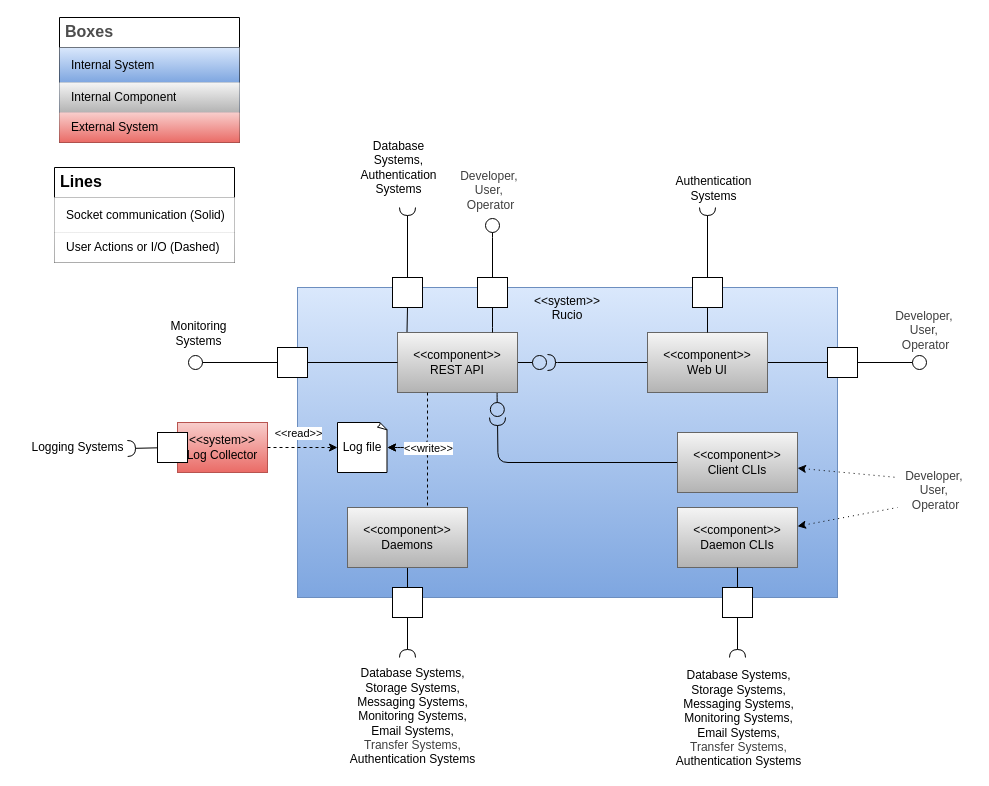
Above: diagrams/Building Block Lvl 1 View.drawio in mgajek-cern/architecture-docs (draw.io), before the change. Source tidied: cells renumbered, new cells numbered last; positions are measured from the earlier drawing's top-left corner, leaving out a move shared by most shapes. Both pictures are drawn from the tidied source at 100%, with x=0, y=0 at pixel (17, 17).
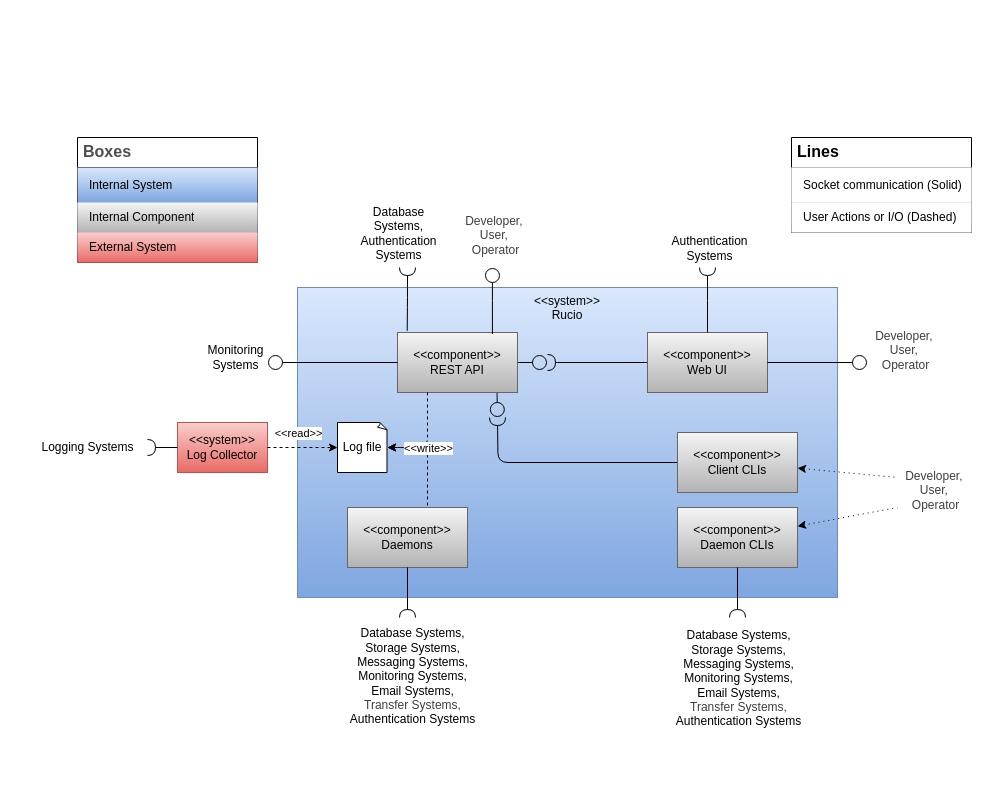
Above is the later version.

Commit message (it also covers changes not shown here):
docs: remove socket symbols from building block lvl 1 diagram

Unchanged cells that the change refers to:
```xml
<mxCell id="13" value="&amp;lt;&amp;lt;component&amp;gt;&amp;gt;&lt;br&gt;REST API" style="rounded=0;whiteSpace=wrap;html=1;fillColor=#f5f5f5;gradientColor=#b3b3b3;strokeColor=#666666;" parent="1" vertex="1">
  <mxGeometry x="380" y="315" width="120" height="60" as="geometry" />
</mxCell>
<mxCell id="16" value="&lt;span style=&quot;color: rgb(0, 0, 0);&quot;&gt;&amp;lt;&amp;lt;component&amp;gt;&amp;gt;&lt;/span&gt;&lt;br&gt;Web UI" style="rounded=0;whiteSpace=wrap;html=1;fillColor=#f5f5f5;gradientColor=#b3b3b3;strokeColor=#666666;" parent="1" vertex="1">
  <mxGeometry x="630" y="315" width="120" height="60" as="geometry" />
</mxCell>
<mxCell id="31" value="&lt;span style=&quot;color: rgb(0, 0, 0);&quot;&gt;&amp;lt;&amp;lt;component&amp;gt;&amp;gt;&lt;/span&gt;&lt;br&gt;Daemons" style="rounded=0;whiteSpace=wrap;html=1;fillColor=#f5f5f5;gradientColor=#b3b3b3;strokeColor=#666666;" parent="1" vertex="1">
  <mxGeometry x="330" y="490" width="120" height="60" as="geometry" />
</mxCell>
<mxCell id="37" value="&lt;span style=&quot;color: rgb(0, 0, 0);&quot;&gt;&amp;lt;&amp;lt;system&amp;gt;&amp;gt;&lt;/span&gt;&lt;br&gt;Log Collector" style="rounded=0;whiteSpace=wrap;html=1;fillColor=#f8cecc;gradientColor=#ea6b66;strokeColor=#b85450;" parent="1" vertex="1">
  <mxGeometry x="160" y="405" width="90" height="50" as="geometry" />
</mxCell>
<mxCell id="51" value="&lt;span style=&quot;color: rgb(0, 0, 0);&quot;&gt;&amp;lt;&amp;lt;component&amp;gt;&amp;gt;&lt;/span&gt;&lt;br&gt;Daemon CLIs" style="rounded=0;whiteSpace=wrap;html=1;fillColor=#f5f5f5;gradientColor=#b3b3b3;strokeColor=#666666;" parent="1" vertex="1">
  <mxGeometry x="660" y="490" width="120" height="60" as="geometry" />
</mxCell>
```

The edit, as a diff of the source:
```diff
@@
     <mxCell id="3" value="Boxes" style="shape=table;startSize=30;childLayout=tableLayout;fontSize=16;align=left;verticalAlign=top;fillColor=none;strokeColor=default;fontColor=#4D4D4D;fontStyle=1;spacingLeft=6;spacing=0;" parent="1" vertex="1">
-      <mxGeometry x="42" width="180" height="125" as="geometry" />
+      <mxGeometry x="60" y="120" width="180" height="125" as="geometry" />
     </mxCell>
@@
-    <mxCell id="10" style="edgeStyle=none;html=1;entryX=1;entryY=0.5;entryDx=0;entryDy=0;endArrow=none;endFill=0;exitX=0.079;exitY=0.017;exitDx=0;exitDy=0;exitPerimeter=0;" parent="1" edge="1" source="13" target="49">
-      <mxGeometry relative="1" as="geometry" />
-    </mxCell>
@@
-    <mxCell id="15" style="edgeStyle=none;html=1;entryX=0.5;entryY=1;entryDx=0;entryDy=0;endArrow=none;endFill=0;" parent="1" edge="1" source="16" target="36">
-      <mxGeometry relative="1" as="geometry" />
-    </mxCell>
@@
-    <mxCell id="20" style="edgeStyle=orthogonalEdgeStyle;rounded=0;jettySize=auto;html=1;endArrow=circle;endFill=0;" parent="1" edge="1" source="23">
+    <mxCell id="20" style="edgeStyle=orthogonalEdgeStyle;rounded=0;jettySize=auto;html=1;endArrow=circle;endFill=0;exitX=0.791;exitY=0.025;exitDx=0;exitDy=0;exitPerimeter=0;" parent="1" edge="1" source="13">
       <mxGeometry relative="1" as="geometry">
-        <mxPoint x="475" y="200" as="targetPoint" />
-        <Array as="points">
-          <mxPoint x="475" y="220" />
-          <mxPoint x="475" y="220" />
-        </Array>
+        <mxPoint x="475" y="250" as="targetPoint" />
       </mxGeometry>
     </mxCell>
     <mxCell id="21" value="&lt;font style=&quot;font-size: 12px;&quot;&gt;Database &lt;br&gt;Systems,&lt;/font&gt;&lt;div&gt;&lt;font style=&quot;font-size: 12px;&quot; color=&quot;#000000&quot;&gt;Authentication &lt;br&gt;Systems&lt;/font&gt;&lt;/div&gt;" style="edgeLabel;html=1;align=center;verticalAlign=middle;" parent="20" vertex="1">
       <mxGeometry x="0.19" y="-1" relative="1" as="geometry">
-        <mxPoint x="-96" y="-75" as="offset" />
+        <mxPoint x="-96" y="-62" as="offset" />
       </mxGeometry>
     </mxCell>
-    <mxCell id="22" style="edgeStyle=orthogonalEdgeStyle;rounded=0;jettySize=auto;html=1;endArrow=none;endFill=0;" parent="1" edge="1" source="23">
-      <mxGeometry relative="1" as="geometry">
-        <mxPoint x="475" y="315" as="targetPoint" />
-      </mxGeometry>
-    </mxCell>
-    <mxCell id="23" style="fontStyle=0;labelPosition=right;verticalLabelPosition=middle;align=left;verticalAlign=middle;spacingLeft=2;direction=south;" parent="1" vertex="1">
-      <mxGeometry x="460" y="260" width="30" height="30" as="geometry" />
-    </mxCell>
-    <mxCell id="24" style="edgeStyle=orthogonalEdgeStyle;rounded=0;jettySize=auto;html=1;endArrow=halfCircle;endFill=0;" parent="1" edge="1" source="26">
+    <mxCell id="24" style="edgeStyle=orthogonalEdgeStyle;rounded=0;jettySize=auto;html=1;endArrow=halfCircle;endFill=0;exitX=0.5;exitY=0;exitDx=0;exitDy=0;" parent="1" edge="1" source="16">
       <mxGeometry relative="1" as="geometry">
-        <mxPoint x="690" y="190" as="targetPoint" />
+        <mxPoint x="690" y="250" as="targetPoint" />
       </mxGeometry>
     </mxCell>
-    <mxCell id="25" style="edgeStyle=orthogonalEdgeStyle;rounded=0;jettySize=auto;html=1;endArrow=none;endFill=0;" parent="1" edge="1" source="26" target="16">
-      <mxGeometry relative="1" as="geometry" />
-    </mxCell>
-    <mxCell id="26" style="fontStyle=0;labelPosition=right;verticalLabelPosition=middle;align=left;verticalAlign=middle;spacingLeft=2;direction=south;" parent="1" vertex="1">
-      <mxGeometry x="675" y="260" width="30" height="30" as="geometry" />
-    </mxCell>
-    <mxCell id="27" style="edgeStyle=orthogonalEdgeStyle;rounded=0;jettySize=auto;html=1;entryX=0;entryY=0.5;entryDx=0;entryDy=0;endArrow=none;endFill=0;" parent="1" edge="1" source="29" target="13">
-      <mxGeometry relative="1" as="geometry" />
-    </mxCell>
-    <mxCell id="28" style="edgeStyle=orthogonalEdgeStyle;rounded=0;jettySize=auto;html=1;endArrow=circle;endFill=0;exitX=0.5;exitY=1;exitDx=0;exitDy=0;" parent="1" edge="1" source="29">
+    <mxCell id="28" style="edgeStyle=orthogonalEdgeStyle;rounded=0;jettySize=auto;html=1;endArrow=circle;endFill=0;exitX=0;exitY=0.5;exitDx=0;exitDy=0;" parent="1" edge="1" source="13">
       <mxGeometry relative="1" as="geometry">
-        <mxPoint x="170" y="345" as="targetPoint" />
+        <mxPoint x="250" y="345" as="targetPoint" />
       </mxGeometry>
     </mxCell>
-    <mxCell id="29" style="fontStyle=0;labelPosition=right;verticalLabelPosition=middle;align=left;verticalAlign=middle;spacingLeft=2;direction=south;" parent="1" vertex="1">
-      <mxGeometry x="260" y="330" width="30" height="30" as="geometry" />
-    </mxCell>
-    <mxCell id="30" style="edgeStyle=none;html=1;entryX=0;entryY=0.5;entryDx=0;entryDy=0;endArrow=none;endFill=0;" parent="1" edge="1" source="31" target="33">
-      <mxGeometry relative="1" as="geometry" />
-    </mxCell>
@@
-    <mxCell id="32" style="edgeStyle=none;html=1;endArrow=halfCircle;endFill=0;" parent="1" edge="1" source="33">
+    <mxCell id="32" style="edgeStyle=none;html=1;endArrow=halfCircle;endFill=0;exitX=0.5;exitY=1;exitDx=0;exitDy=0;" parent="1" edge="1" source="31">
       <mxGeometry relative="1" as="geometry">
-        <mxPoint x="390" y="640" as="targetPoint" />
+        <mxPoint x="390" y="600" as="targetPoint" />
       </mxGeometry>
     </mxCell>
-    <mxCell id="33" style="fontStyle=0;labelPosition=right;verticalLabelPosition=middle;align=left;verticalAlign=middle;spacingLeft=2;direction=south;" parent="1" vertex="1">
-      <mxGeometry x="375" y="570" width="30" height="30" as="geometry" />
-    </mxCell>
-    <mxCell id="34" style="edgeStyle=none;html=1;endArrow=circle;endFill=0;" parent="1" edge="1" source="36">
+    <mxCell id="34" style="edgeStyle=none;html=1;endArrow=circle;endFill=0;exitX=1;exitY=0.5;exitDx=0;exitDy=0;" parent="1" edge="1" source="16">
       <mxGeometry relative="1" as="geometry">
-        <mxPoint x="910" y="345" as="targetPoint" />
+        <mxPoint x="850" y="345" as="targetPoint" />
       </mxGeometry>
     </mxCell>
     <mxCell id="35" value="&lt;font style=&quot;font-size: 12px;&quot;&gt;Authentication &lt;br&gt;Systems&lt;/font&gt;" style="edgeLabel;html=1;align=center;verticalAlign=middle;" parent="34" vertex="1">
       <mxGeometry x="0.27" y="1" relative="1" as="geometry">
-        <mxPoint x="-189" y="-174" as="offset" />
+        <mxPoint x="-123" y="-114" as="offset" />
       </mxGeometry>
     </mxCell>
-    <mxCell id="36" style="fontStyle=0;labelPosition=right;verticalLabelPosition=middle;align=left;verticalAlign=middle;spacingLeft=2;direction=south;" parent="1" vertex="1">
-      <mxGeometry x="810" y="330" width="30" height="30" as="geometry" />
-    </mxCell>
@@
-    <mxCell id="44" style="edgeStyle=none;html=1;endArrow=halfCircle;endFill=0;" parent="1" edge="1" source="45">
-      <mxGeometry relative="1" as="geometry">
-        <mxPoint x="110" y="431" as="targetPoint" />
-      </mxGeometry>
+    <mxCell id="44" style="edgeStyle=none;html=1;endArrow=halfCircle;endFill=0;exitX=0;exitY=0.5;exitDx=0;exitDy=0;entryX=1;entryY=0.5;entryDx=0;entryDy=0;entryPerimeter=0;" parent="1" edge="1" source="37" target="46">
+      <mxGeometry relative="1" as="geometry" />
     </mxCell>
-    <mxCell id="45" style="fontStyle=0;labelPosition=right;verticalLabelPosition=middle;align=left;verticalAlign=middle;spacingLeft=2;direction=south;" parent="1" vertex="1">
-      <mxGeometry x="140" y="415" width="30" height="30" as="geometry" />
-    </mxCell>
     <mxCell id="46" value="Logging Systems" style="text;html=1;align=center;verticalAlign=middle;points=[];strokeColor=none;fillColor=none;" parent="1" vertex="1">
-      <mxGeometry y="415" width="120" height="30" as="geometry" />
+      <mxGeometry x="10" y="415" width="120" height="30" as="geometry" />
     </mxCell>
-    <mxCell id="47" style="edgeStyle=none;html=1;endArrow=halfCircle;endFill=0;" parent="1" edge="1" source="49">
+    <mxCell id="47" style="edgeStyle=none;html=1;endArrow=halfCircle;endFill=0;exitX=0.081;exitY=-0.028;exitDx=0;exitDy=0;exitPerimeter=0;" parent="1" edge="1" source="13">
       <mxGeometry relative="1" as="geometry">
-        <mxPoint x="390" y="190" as="targetPoint" />
+        <mxPoint x="390" y="250" as="targetPoint" />
+        <Array as="points">
+          <mxPoint x="390" y="280" />
+        </Array>
       </mxGeometry>
     </mxCell>
     <mxCell id="48" value="&lt;font style=&quot;font-size: 12px;&quot;&gt;Monitoring &lt;br&gt;Systems&lt;/font&gt;" style="edgeLabel;html=1;align=center;verticalAlign=middle;" parent="47" vertex="1">
       <mxGeometry x="0.69" y="1" relative="1" as="geometry">
-        <mxPoint x="-209" y="114" as="offset" />
+        <mxPoint x="-172" y="80" as="offset" />
       </mxGeometry>
     </mxCell>
-    <mxCell id="49" style="fontStyle=0;labelPosition=right;verticalLabelPosition=middle;align=left;verticalAlign=middle;spacingLeft=2;direction=south;" parent="1" vertex="1">
-      <mxGeometry x="375" y="260" width="30" height="30" as="geometry" />
-    </mxCell>
@@
-    <mxCell id="52" style="edgeStyle=none;html=1;endArrow=none;endFill=0;" parent="1" edge="1" source="54" target="51">
-      <mxGeometry relative="1" as="geometry" />
-    </mxCell>
-    <mxCell id="53" style="edgeStyle=none;html=1;endArrow=halfCircle;endFill=0;" parent="1" edge="1" source="54">
+    <mxCell id="53" style="edgeStyle=none;html=1;endArrow=halfCircle;endFill=0;exitX=0.5;exitY=1;exitDx=0;exitDy=0;" parent="1" edge="1" source="51">
       <mxGeometry relative="1" as="geometry">
-        <mxPoint x="720" y="640" as="targetPoint" />
+        <mxPoint x="720" y="600" as="targetPoint" />
       </mxGeometry>
     </mxCell>
-    <mxCell id="54" style="fontStyle=0;labelPosition=right;verticalLabelPosition=middle;align=left;verticalAlign=middle;spacingLeft=2;direction=south;" parent="1" vertex="1">
-      <mxGeometry x="705" y="570" width="30" height="30" as="geometry" />
-    </mxCell>
     <mxCell id="55" value="&lt;font style=&quot;font-size: 12px;&quot;&gt;&lt;span style=&quot;color: rgb(0, 0, 0);&quot;&gt;Database Systems,&lt;/span&gt;&lt;br&gt;Storage Systems,&lt;/font&gt;&lt;div&gt;&lt;font style=&quot;font-size: 12px;&quot;&gt;Messaging Systems,&lt;br&gt;Monitoring Systems,&lt;/font&gt;&lt;/div&gt;&lt;div&gt;&lt;font style=&quot;font-size: 12px;&quot;&gt;Email Systems,&lt;/font&gt;&lt;/div&gt;&lt;div&gt;&lt;span style=&quot;color: rgb(63, 63, 63);&quot;&gt;&lt;font style=&quot;font-size: 12px;&quot;&gt;Transfer Systems,&lt;br&gt;&lt;/font&gt;&lt;/span&gt;&lt;/div&gt;&lt;div&gt;&lt;span style=&quot;color: rgb(0, 0, 0);&quot;&gt;&lt;font style=&quot;font-size: 12px;&quot;&gt;Authentication Systems&lt;br&gt;&lt;/font&gt;&lt;/span&gt;&lt;/div&gt;" style="edgeLabel;html=1;align=center;verticalAlign=middle;" parent="1" vertex="1">
-      <mxGeometry x="720" y="700" as="geometry" />
+      <mxGeometry x="720" y="660" as="geometry" />
     </mxCell>
@@
     <mxCell id="57" value="&lt;span style=&quot;scrollbar-color: rgb(226, 226, 226) rgb(251, 251, 251); font-size: 12px; color: rgb(63, 63, 63);&quot;&gt;Developer,&amp;nbsp;&lt;/span&gt;&lt;div style=&quot;color: rgb(63, 63, 63); scrollbar-color: rgb(226, 226, 226) rgb(251, 251, 251);&quot;&gt;&lt;span style=&quot;scrollbar-color: rgb(226, 226, 226) rgb(251, 251, 251); font-size: 12px; color: rgb(63, 63, 63);&quot;&gt;User,&amp;nbsp;&lt;/span&gt;&lt;/div&gt;&lt;div style=&quot;color: rgb(63, 63, 63); scrollbar-color: rgb(226, 226, 226) rgb(251, 251, 251);&quot;&gt;&lt;span style=&quot;scrollbar-color: rgb(226, 226, 226) rgb(251, 251, 251); font-size: 12px; color: rgb(63, 63, 63);&quot;&gt;Operator&lt;/span&gt;&lt;/div&gt;" style="edgeLabel;html=1;align=center;verticalAlign=middle;" parent="1" vertex="1">
-      <mxGeometry x="910" y="340" as="geometry">
+      <mxGeometry x="890" y="360" as="geometry">
         <mxPoint x="-3" y="-28" as="offset" />
       </mxGeometry>
     </mxCell>
     <mxCell id="58" value="&lt;span style=&quot;color: rgb(63, 63, 63); font-size: 12px;&quot;&gt;Developer,&amp;nbsp;&lt;/span&gt;&lt;div&gt;&lt;span style=&quot;color: rgb(63, 63, 63); font-size: 12px;&quot;&gt;User,&amp;nbsp;&lt;/span&gt;&lt;/div&gt;&lt;div&gt;&lt;span style=&quot;color: rgb(63, 63, 63); font-size: 12px;&quot;&gt;Operator&lt;/span&gt;&lt;/div&gt;" style="edgeLabel;html=1;align=center;verticalAlign=middle;" parent="1" vertex="1">
-      <mxGeometry x="475" y="200" as="geometry">
+      <mxGeometry x="480" y="245" as="geometry">
         <mxPoint x="-3" y="-28" as="offset" />
       </mxGeometry>
     </mxCell>
     <mxCell id="59" value="&lt;font style=&quot;font-size: 12px;&quot;&gt;&lt;span style=&quot;color: rgb(0, 0, 0);&quot;&gt;Database Systems,&lt;/span&gt;&lt;br&gt;Storage Systems,&lt;/font&gt;&lt;div&gt;&lt;font style=&quot;font-size: 12px;&quot;&gt;Messaging Systems,&lt;br&gt;Monitoring Systems,&lt;/font&gt;&lt;/div&gt;&lt;div&gt;&lt;font style=&quot;font-size: 12px;&quot;&gt;Email Systems,&lt;/font&gt;&lt;/div&gt;&lt;div&gt;&lt;span style=&quot;color: rgb(63, 63, 63);&quot;&gt;&lt;font style=&quot;font-size: 12px;&quot;&gt;Transfer Systems,&lt;br&gt;&lt;/font&gt;&lt;/span&gt;&lt;/div&gt;&lt;div&gt;&lt;span style=&quot;color: rgb(0, 0, 0);&quot;&gt;&lt;font style=&quot;font-size: 12px;&quot;&gt;Authentication Systems&lt;br&gt;&lt;/font&gt;&lt;/span&gt;&lt;/div&gt;" style="edgeLabel;html=1;align=center;verticalAlign=middle;" parent="1" vertex="1">
-      <mxGeometry x="730" y="710" as="geometry">
+      <mxGeometry x="730" y="670" as="geometry">
         <mxPoint x="-336" y="-12" as="offset" />
       </mxGeometry>
     </mxCell>
     <mxCell id="60" value="Lines" style="shape=table;startSize=30;childLayout=tableLayout;fontSize=16;align=left;verticalAlign=top;fontStyle=1;spacingLeft=6;spacing=0;strokeColor=default;" parent="1" vertex="1">
-      <mxGeometry x="37" y="150" width="180" height="95" as="geometry" />
+      <mxGeometry x="774" y="120" width="180" height="95" as="geometry" />
     </mxCell>
```
